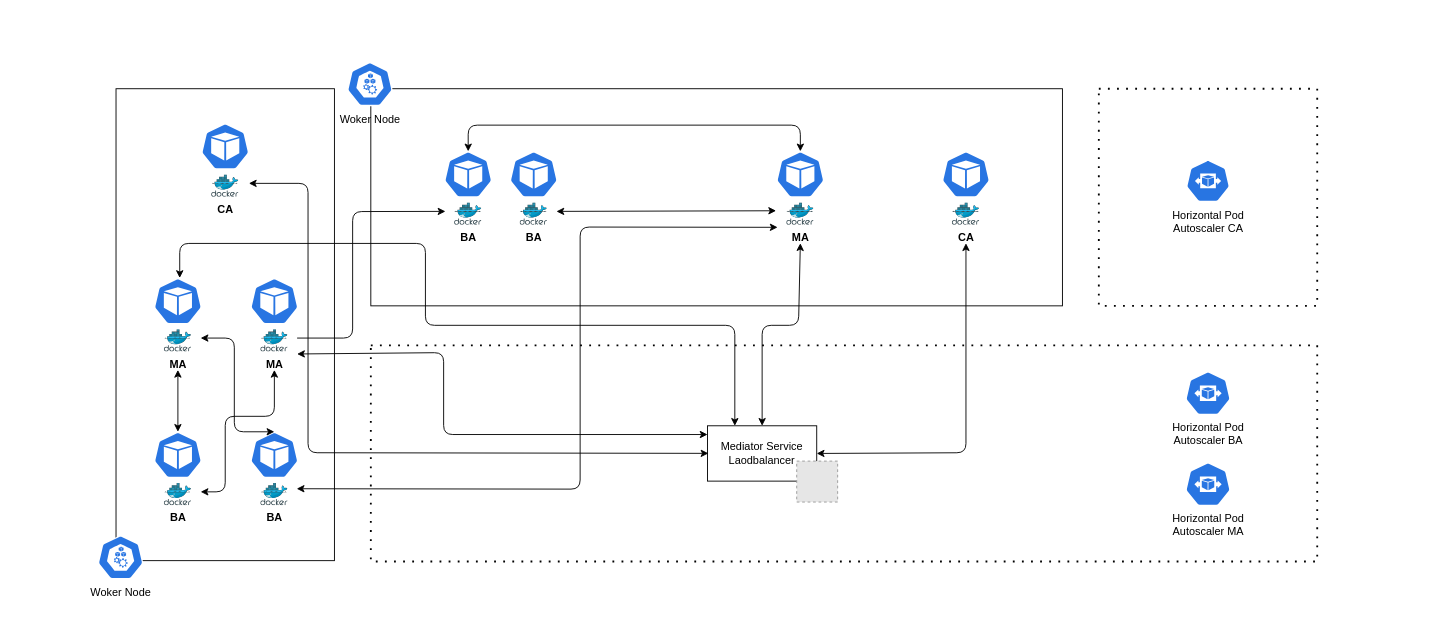
Above: architecture_4.drawio in timburkei/k8s-bachelor-thesis (draw.io), before the change. Source tidied: cells renumbered, new cells numbered last; positions are measured from the earlier drawing's top-left corner, leaving out a move shared by most shapes. Both pictures are drawn from the tidied source at 91%, with x=0, y=0 at pixel (15, 15). Pictures stored in the file or linked from it are replaced by grey dashed boxes.
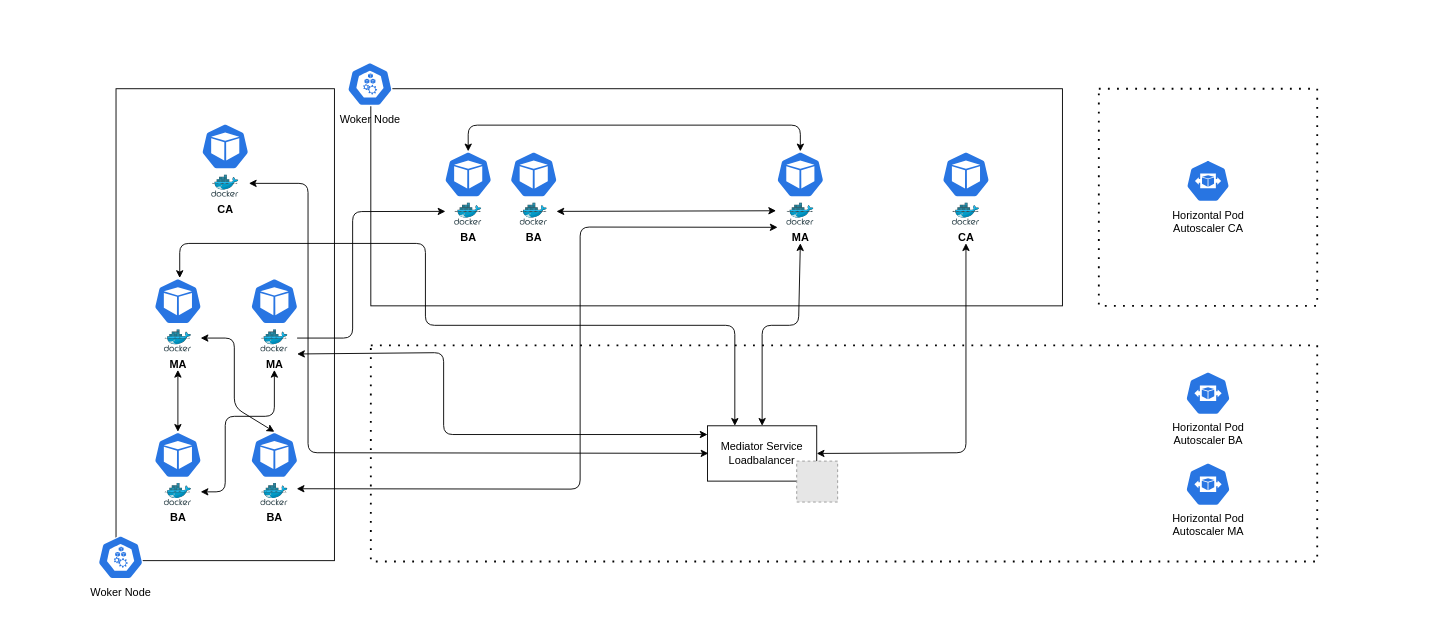
The same diagram, later.

The change refers to these unchanged cells:
```xml
<mxCell id="12" style="group;" parent="1" vertex="1">
  <mxGeometry x="760" y="450.4" width="143" height="83.8" as="geometry" />
</mxCell>
<mxCell id="39" style="rounded=0;whiteSpace=wrap;html=1;fillColor=none;strokeColor=#FFFFFF;" parent="38" vertex="1">
  <mxGeometry x="2" y="31" width="50" height="70" as="geometry" />
</mxCell>
<mxCell id="54" style="sketch=0;html=1;dashed=0;whitespace=wrap;fillColor=#2875E2;strokeColor=#ffffff;points=[[0.005,0.63,0],[0.1,0.2,0],[0.9,0.2,0],[0.5,0,0],[0.995,0.63,0],[0.72,0.99,0],[0.5,1,0],[0.28,0.99,0]];verticalLabelPosition=bottom;align=center;verticalAlign=top;shape=mxgraph.kubernetes.icon;prIcon=pod;" parent="51" vertex="1">
  <mxGeometry width="54" height="51" as="geometry" />
</mxCell>
```

The edit, as a diff of the source:
```diff
@@
-    <mxCell id="13" value="Mediator Service Laodbalancer" style="rounded=0;whiteSpace=wrap;html=1;" parent="12" vertex="1">
+    <mxCell id="13" value="Mediator Service Loadbalancer" style="rounded=0;whiteSpace=wrap;html=1;" parent="12" vertex="1">
       <mxGeometry width="120" height="60.8" as="geometry" />
     </mxCell>
@@
     <mxCell id="64" style="endArrow=classic;startArrow=classic;html=1;entryX=0.5;entryY=0;entryDx=0;entryDy=0;entryPerimeter=0;exitX=1;exitY=0.5;exitDx=0;exitDy=0;" parent="1" edge="1" source="39" target="54">
       <mxGeometry relative="1" as="geometry">
         <Array as="points">
           <mxPoint x="240" y="354" />
-          <mxPoint x="240" y="457" />
+          <mxPoint x="240" y="430" />
         </Array>
       </mxGeometry>
     </mxCell>
```
